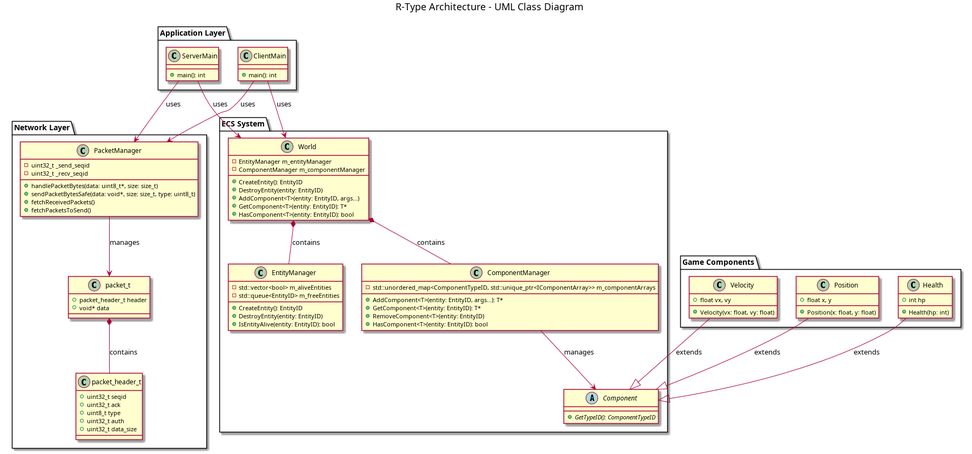
Above: archi_mindmap/architecture.png in morgangch/rtype (PlantUML), before the change. Its source is kept beside it as archi_mindmap/architecture.puml. The source it was exported from:
```plantuml
@startuml
title R-Type Architecture - UML Class Diagram

package "Network Layer" {
    class PacketManager {
        - uint32_t _send_seqid
        - uint32_t _recv_seqid
        + handlePacketBytes(data: uint8_t*, size: size_t)
        + sendPacketBytesSafe(data: void*, size: size_t, type: uint8_t)
        + fetchReceivedPackets()
        + fetchPacketsToSend()
    }

    class packet_t {
        + packet_header_t header
        + void* data
    }

    class packet_header_t {
        + uint32_t seqid
        + uint32_t ack
        + uint8_t type
        + uint32_t auth
        + uint32_t data_size
    }

    PacketManager --> packet_t : manages
    packet_t *-- packet_header_t : contains
}

package "ECS System" {
    class World {
        - EntityManager m_entityManager
        - ComponentManager m_componentManager
        + CreateEntity(): EntityID
        + DestroyEntity(entity: EntityID)
        + AddComponent<T>(entity: EntityID, args...)
        + GetComponent<T>(entity: EntityID): T*
        + HasComponent<T>(entity: EntityID): bool
    }

    class EntityManager {
        - std::vector<bool> m_aliveEntities
        - std::queue<EntityID> m_freeEntities
        + CreateEntity(): EntityID
        + DestroyEntity(entity: EntityID)
        + IsEntityAlive(entity: EntityID): bool
    }

    class ComponentManager {
        - std::unordered_map<ComponentTypeID, std::unique_ptr<IComponentArray>> m_componentArrays
        + AddComponent<T>(entity: EntityID, args...): T*
        + GetComponent<T>(entity: EntityID): T*
        + RemoveComponent<T>(entity: EntityID)
        + HasComponent<T>(entity: EntityID): bool
    }

    abstract class Component {
        + {abstract} GetTypeID(): ComponentTypeID
    }

    World *-- EntityManager : contains
    World *-- ComponentManager : contains
    ComponentManager --> Component : manages
}

package "Game Components" {
    class Position {
        + float x, y
        + Position(x: float, y: float)
    }

    class Velocity {
        + float vx, vy
        + Velocity(vx: float, vy: float)
    }

    class Health {
        + int hp
        + Health(hp: int)
    }

    Position --|> Component : extends
    Velocity --|> Component : extends
    Health --|> Component : extends
}

package "Application Layer" {
    class ServerMain {
        + main(): int
    }

    class ClientMain {
        + main(): int
    }

    ServerMain --> World : uses
    ServerMain --> PacketManager : uses
    ClientMain --> World : uses
    ClientMain --> PacketManager : uses
}

@enduml
```
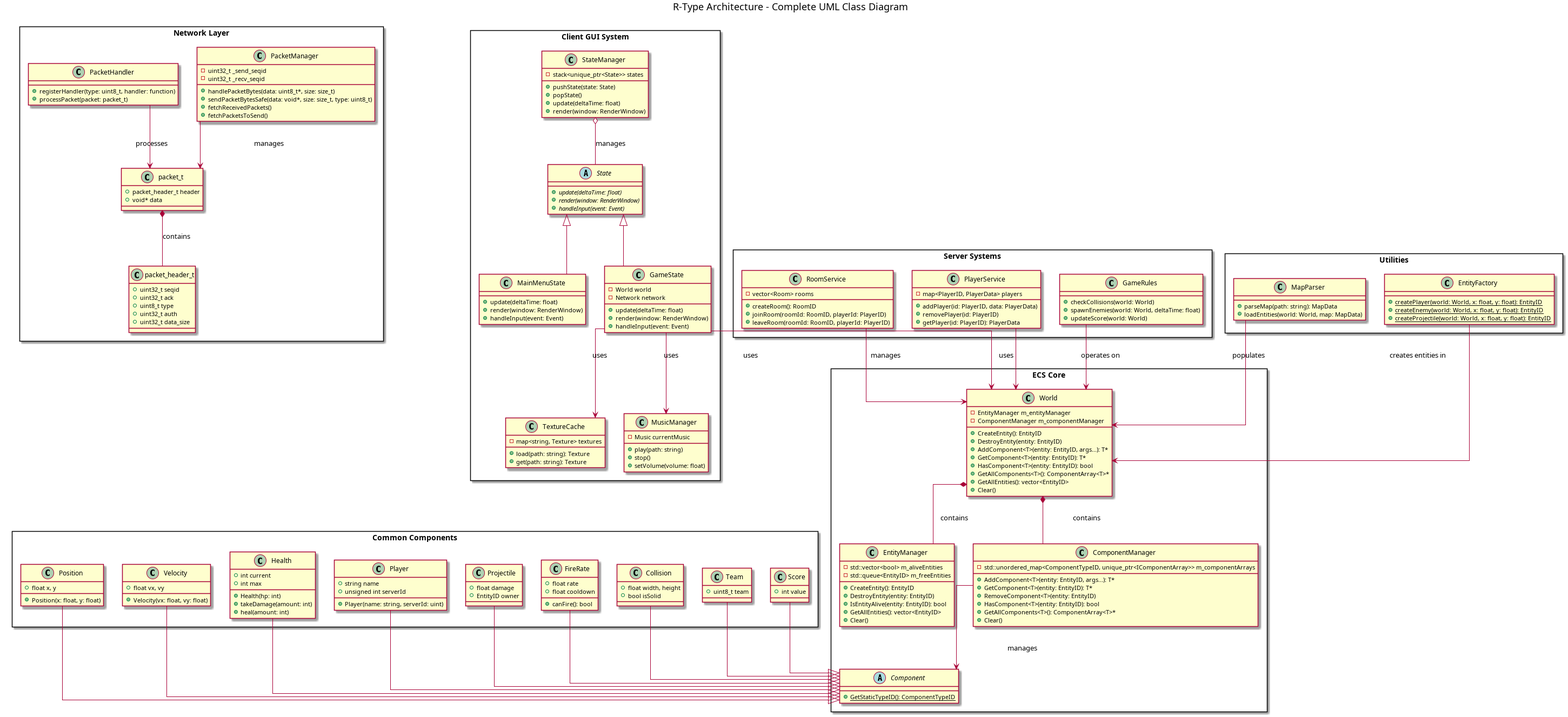
Above is the later version.

Diff of the diagram source:
```diff
@@ -1,5 +1,7 @@
 @startuml
-title R-Type Architecture - UML Class Diagram
+title R-Type Architecture - Complete UML Class Diagram
+skinparam packageStyle rectangle
+skinparam linetype ortho
 
 package "Network Layer" {
     class PacketManager {
@@ -9,6 +11,11 @@
         + sendPacketBytesSafe(data: void*, size: size_t, type: uint8_t)
         + fetchReceivedPackets()
         + fetchPacketsToSend()
+    }
+
+    class PacketHandler {
+        + registerHandler(type: uint8_t, handler: function)
+        + processPacket(packet: packet_t)
     }
 
     class packet_t {
@@ -25,18 +32,22 @@
     }
 
     PacketManager --> packet_t : manages
+    PacketHandler --> packet_t : processes
     packet_t *-- packet_header_t : contains
 }
 
-package "ECS System" {
+package "ECS Core" {
     class World {
         - EntityManager m_entityManager
         - ComponentManager m_componentManager
         + CreateEntity(): EntityID
         + DestroyEntity(entity: EntityID)
-        + AddComponent<T>(entity: EntityID, args...)
+        + AddComponent<T>(entity: EntityID, args...): T*
         + GetComponent<T>(entity: EntityID): T*
         + HasComponent<T>(entity: EntityID): bool
+        + GetAllComponents<T>(): ComponentArray<T>*
+        + GetAllEntities(): vector<EntityID>
+        + Clear()
     }
 
     class EntityManager {
@@ -45,18 +56,22 @@
         + CreateEntity(): EntityID
         + DestroyEntity(entity: EntityID)
         + IsEntityAlive(entity: EntityID): bool
+        + GetAllEntities(): vector<EntityID>
+        + Clear()
     }
 
     class ComponentManager {
-        - std::unordered_map<ComponentTypeID, std::unique_ptr<IComponentArray>> m_componentArrays
+        - std::unordered_map<ComponentTypeID, unique_ptr<IComponentArray>> m_componentArrays
         + AddComponent<T>(entity: EntityID, args...): T*
         + GetComponent<T>(entity: EntityID): T*
         + RemoveComponent<T>(entity: EntityID)
         + HasComponent<T>(entity: EntityID): bool
+        + GetAllComponents<T>(): ComponentArray<T>*
+        + Clear()
     }
 
     abstract class Component {
-        + {abstract} GetTypeID(): ComponentTypeID
+        + {static} GetStaticTypeID(): ComponentTypeID
     }
 
     World *-- EntityManager : contains
@@ -64,7 +79,7 @@
     ComponentManager --> Component : manages
 }
 
-package "Game Components" {
+package "Common Components" {
     class Position {
         + float x, y
         + Position(x: float, y: float)
@@ -76,28 +91,144 @@
     }
 
     class Health {
-        + int hp
+        + int current
+        + int max
         + Health(hp: int)
+        + takeDamage(amount: int)
+        + heal(amount: int)
     }
 
-    Position --|> Component : extends
-    Velocity --|> Component : extends
-    Health --|> Component : extends
+    class Player {
+        + string name
+        + unsigned int serverId
+        + Player(name: string, serverId: uint)
+    }
+
+    class Projectile {
+        + float damage
+        + EntityID owner
+    }
+
+    class FireRate {
+        + float rate
+        + float cooldown
+        + canFire(): bool
+    }
+
+    class Collision {
+        + float width, height
+        + bool isSolid
+    }
+
+    class Team {
+        + uint8_t team
+    }
+
+    class Score {
+        + int value
+    }
+
+    Position --|> Component
+    Velocity --|> Component
+    Health --|> Component
+    Player --|> Component
+    Projectile --|> Component
+    FireRate --|> Component
+    Collision --|> Component
+    Team --|> Component
+    Score --|> Component
 }
 
-package "Application Layer" {
-    class ServerMain {
-        + main(): int
+package "Client GUI System" {
+    abstract class State {
+        + {abstract} update(deltaTime: float)
+        + {abstract} render(window: RenderWindow)
+        + {abstract} handleInput(event: Event)
     }
 
-    class ClientMain {
-        + main(): int
+    class StateManager {
+        - stack<unique_ptr<State>> states
+        + pushState(state: State)
+        + popState()
+        + update(deltaTime: float)
+        + render(window: RenderWindow)
     }
 
-    ServerMain --> World : uses
-    ServerMain --> PacketManager : uses
-    ClientMain --> World : uses
-    ClientMain --> PacketManager : uses
+    class MainMenuState {
+        + update(deltaTime: float)
+        + render(window: RenderWindow)
+        + handleInput(event: Event)
+    }
+
+    class GameState {
+        - World world
+        - Network network
+        + update(deltaTime: float)
+        + render(window: RenderWindow)
+        + handleInput(event: Event)
+    }
+
+    class TextureCache {
+        - map<string, Texture> textures
+        + load(path: string): Texture
+        + get(path: string): Texture
+    }
+
+    class MusicManager {
+        - Music currentMusic
+        + play(path: string)
+        + stop()
+        + setVolume(volume: float)
+    }
+
+    State <|-- MainMenuState
+    State <|-- GameState
+    StateManager o-- State : manages
+    GameState --> World : uses
+    GameState --> TextureCache : uses
+    GameState --> MusicManager : uses
+}
+
+package "Server Systems" {
+    class RoomService {
+        - vector<Room> rooms
+        + createRoom(): RoomID
+        + joinRoom(roomId: RoomID, playerId: PlayerID)
+        + leaveRoom(roomId: RoomID, playerId: PlayerID)
+    }
+
+    class PlayerService {
+        - map<PlayerID, PlayerData> players
+        + addPlayer(id: PlayerID, data: PlayerData)
+        + removePlayer(id: PlayerID)
+        + getPlayer(id: PlayerID): PlayerData
+    }
+
+    class GameRules {
+        + checkCollisions(world: World)
+        + spawnEnemies(world: World, deltaTime: float)
+        + updateScore(world: World)
+    }
+
+    RoomService --> World : manages
+    PlayerService --> World : uses
+    GameRules --> World : operates on
+}
+
+package "Utilities" {
+    class MapParser {
+        + parseMap(path: string): MapData
+        + loadEntities(world: World, map: MapData)
+    }
+
+    class EntityFactory {
+        + {static} createPlayer(world: World, x: float, y: float): EntityID
+        + {static} createEnemy(world: World, x: float, y: float): EntityID
+        + {static} createProjectile(world: World, x: float, y: float): EntityID
+    }
+
+    MapParser --> World : populates
+    EntityFactory --> World : creates entities in
 }
 
 @enduml
```
